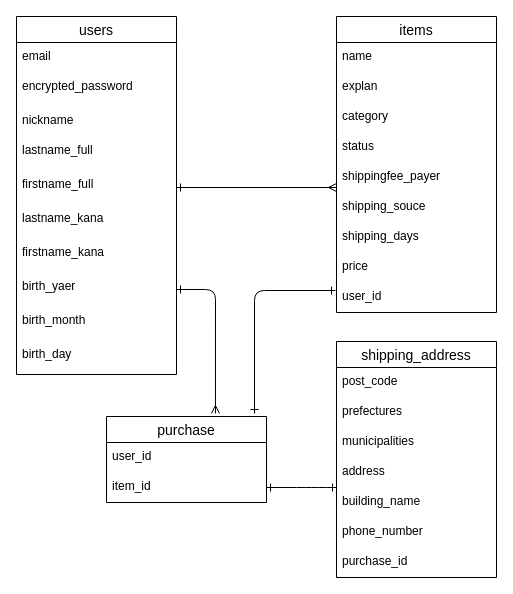
The draw.io diagram ER.dio in shigamete/furima-37654, before the edit. Source tidied: cells renumbered, new cells numbered last; positions are measured from the earlier drawing's top-left corner, leaving out a move shared by most shapes. Both pictures are drawn from the tidied source at 100%, with x=0, y=0 at pixel (16, 16).
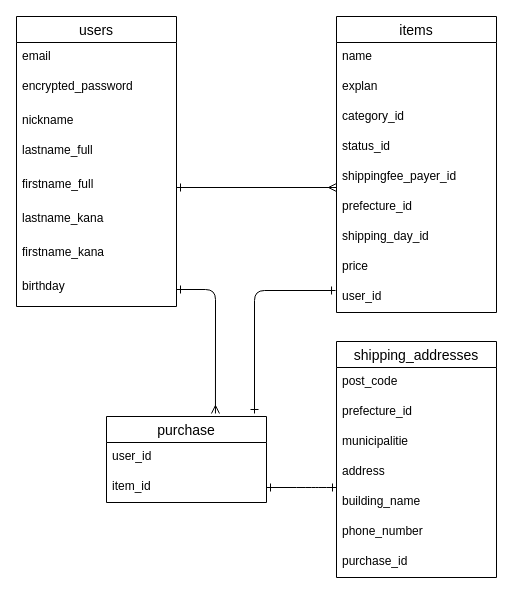
Above is the later version.

Commit message (it also covers changes not shown here):
データベース設計_修正1

Unchanged cells that the change refers to:
```xml
<mxCell id="13" value="items" style="swimlane;fontStyle=0;horizontal=1;startSize=26;align=center;fontSize=14;" parent="1" vertex="1">
  <mxGeometry x="320" width="160" height="296" as="geometry" />
</mxCell>
```

Diff of the diagram source:
```diff
@@
     <mxCell id="2" value="users" style="swimlane;fontStyle=0;horizontal=1;startSize=26;align=center;fontSize=14;" parent="1" vertex="1">
-      <mxGeometry width="160" height="358" as="geometry" />
+      <mxGeometry width="160" height="290" as="geometry" />
     </mxCell>
@@
-    <mxCell id="10" value="birth_yaer" style="text;strokeColor=none;fillColor=none;spacingLeft=4;spacingRight=4;overflow=hidden;points=[[0,0.5],[1,0.5]];portConstraint=eastwest;fontSize=12;" parent="2" vertex="1">
+    <mxCell id="10" value="birthday" style="text;strokeColor=none;fillColor=none;spacingLeft=4;spacingRight=4;overflow=hidden;points=[[0,0.5],[1,0.5]];portConstraint=eastwest;fontSize=12;" parent="2" vertex="1">
       <mxGeometry y="256" width="160" height="34" as="geometry" />
     </mxCell>
-    <mxCell id="11" value="birth_month" style="text;strokeColor=none;fillColor=none;spacingLeft=4;spacingRight=4;overflow=hidden;fontSize=12;" parent="2" vertex="1">
-      <mxGeometry y="290" width="160" height="34" as="geometry" />
-    </mxCell>
-    <mxCell id="12" value="birth_day" style="text;strokeColor=none;fillColor=none;spacingLeft=4;spacingRight=4;overflow=hidden;fontSize=12;" parent="2" vertex="1">
-      <mxGeometry y="324" width="160" height="34" as="geometry" />
-    </mxCell>
@@
-    <mxCell id="16" value="category" style="text;strokeColor=none;fillColor=none;spacingLeft=4;spacingRight=4;overflow=hidden;fontSize=12;" parent="13" vertex="1">
+    <mxCell id="16" value="category_id" style="text;strokeColor=none;fillColor=none;spacingLeft=4;spacingRight=4;overflow=hidden;fontSize=12;" parent="13" vertex="1">
       <mxGeometry y="86" width="160" height="30" as="geometry" />
     </mxCell>
-    <mxCell id="17" value="status" style="text;strokeColor=none;fillColor=none;spacingLeft=4;spacingRight=4;overflow=hidden;fontSize=12;" parent="13" vertex="1">
+    <mxCell id="17" value="status_id" style="text;strokeColor=none;fillColor=none;spacingLeft=4;spacingRight=4;overflow=hidden;fontSize=12;" parent="13" vertex="1">
       <mxGeometry y="116" width="160" height="30" as="geometry" />
     </mxCell>
-    <mxCell id="18" value="shippingfee_payer" style="text;strokeColor=none;fillColor=none;spacingLeft=4;spacingRight=4;overflow=hidden;fontSize=12;" parent="13" vertex="1">
+    <mxCell id="18" value="shippingfee_payer_id" style="text;strokeColor=none;fillColor=none;spacingLeft=4;spacingRight=4;overflow=hidden;fontSize=12;" parent="13" vertex="1">
       <mxGeometry y="146" width="160" height="30" as="geometry" />
     </mxCell>
-    <mxCell id="19" value="shipping_souce" style="text;strokeColor=none;fillColor=none;spacingLeft=4;spacingRight=4;overflow=hidden;fontSize=12;" parent="13" vertex="1">
+    <mxCell id="19" value="prefecture_id" style="text;strokeColor=none;fillColor=none;spacingLeft=4;spacingRight=4;overflow=hidden;fontSize=12;" parent="13" vertex="1">
       <mxGeometry y="176" width="160" height="30" as="geometry" />
     </mxCell>
-    <mxCell id="20" value="shipping_days" style="text;strokeColor=none;fillColor=none;spacingLeft=4;spacingRight=4;overflow=hidden;fontSize=12;" parent="13" vertex="1">
+    <mxCell id="20" value="shipping_day_id" style="text;strokeColor=none;fillColor=none;spacingLeft=4;spacingRight=4;overflow=hidden;fontSize=12;" parent="13" vertex="1">
       <mxGeometry y="206" width="160" height="30" as="geometry" />
     </mxCell>
@@
-    <mxCell id="28" value="shipping_address" style="swimlane;fontStyle=0;horizontal=1;startSize=26;align=center;fontSize=14;" parent="1" vertex="1">
+    <mxCell id="28" value="shipping_addresses" style="swimlane;fontStyle=0;horizontal=1;startSize=26;align=center;fontSize=14;" parent="1" vertex="1">
       <mxGeometry x="320" y="325" width="160" height="236" as="geometry" />
     </mxCell>
@@
-    <mxCell id="30" value="prefectures" style="text;strokeColor=none;fillColor=none;spacingLeft=4;spacingRight=4;overflow=hidden;fontSize=12;" parent="28" vertex="1">
+    <mxCell id="30" value="prefecture_id" style="text;strokeColor=none;fillColor=none;spacingLeft=4;spacingRight=4;overflow=hidden;fontSize=12;" parent="28" vertex="1">
       <mxGeometry y="56" width="160" height="30" as="geometry" />
     </mxCell>
-    <mxCell id="31" value="municipalities" style="text;strokeColor=none;fillColor=none;spacingLeft=4;spacingRight=4;overflow=hidden;fontSize=12;" parent="28" vertex="1">
+    <mxCell id="31" value="municipalitie" style="text;strokeColor=none;fillColor=none;spacingLeft=4;spacingRight=4;overflow=hidden;fontSize=12;" parent="28" vertex="1">
       <mxGeometry y="86" width="160" height="30" as="geometry" />
     </mxCell>
```
